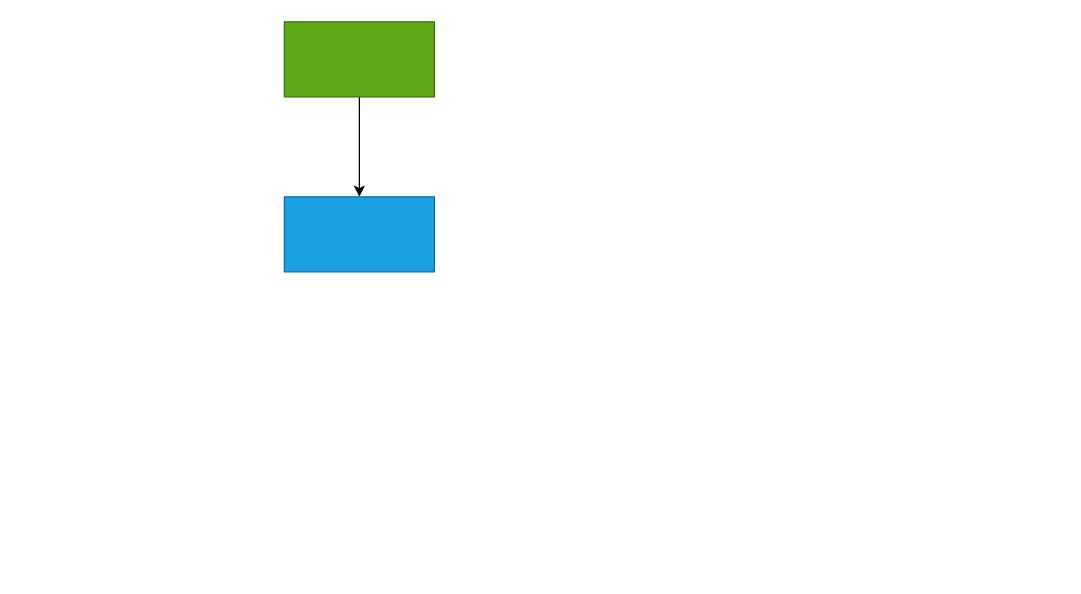
The draw.io diagram backend.drawio in ayushkumar605575/BackEnd_bottmac, before the edit. Source tidied: cells renumbered, new cells numbered last; positions are measured from the earlier drawing's top-left corner, leaving out a move shared by most shapes. Both pictures are drawn from the tidied source at 125%, with x=0, y=0 at pixel (284, 21).
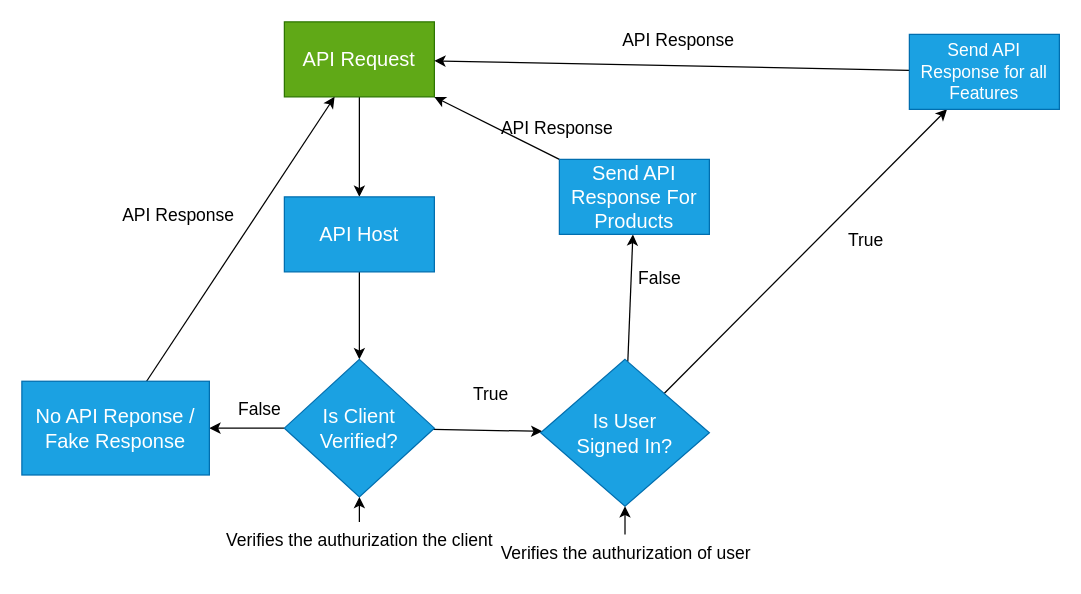
After the change.

The edit, as a diff of the source:
```diff
@@
-    <mxCell id="3" style="rounded=0;whiteSpace=wrap;html=1;fillColor=#60a917;fontColor=#ffffff;strokeColor=#2D7600;" parent="1" vertex="1">
+    <mxCell id="3" value="&lt;font size=&quot;3&quot;&gt;API Request&lt;/font&gt;" style="rounded=0;whiteSpace=wrap;html=1;fillColor=#60a917;fontColor=#ffffff;strokeColor=#2D7600;" parent="1" vertex="1">
       <mxGeometry width="120" height="60" as="geometry" />
     </mxCell>
+    <mxCell id="5" style="edgeStyle=none;html=1;fontSize=14;" parent="1" edge="1" source="4" target="8">
+      <mxGeometry relative="1" as="geometry" />
+    </mxCell>
-    <mxCell id="4" style="whiteSpace=wrap;html=1;rounded=0;fillColor=#1ba1e2;fontColor=#ffffff;strokeColor=#006EAF;" parent="1" vertex="1">
+    <mxCell id="4" value="&lt;font size=&quot;3&quot;&gt;API Host&lt;br&gt;&lt;/font&gt;" style="whiteSpace=wrap;html=1;rounded=0;fillColor=#1ba1e2;fontColor=#ffffff;strokeColor=#006EAF;" parent="1" vertex="1">
       <mxGeometry y="140" width="120" height="60" as="geometry" />
     </mxCell>
+    <mxCell id="6" style="edgeStyle=none;html=1;fontSize=14;" parent="1" edge="1" source="8" target="10">
+      <mxGeometry relative="1" as="geometry" />
+    </mxCell>
+    <mxCell id="7" style="edgeStyle=none;html=1;fontSize=14;" parent="1" edge="1" source="8" target="14">
+      <mxGeometry relative="1" as="geometry" />
+    </mxCell>
+    <mxCell id="8" value="&lt;font size=&quot;3&quot;&gt;Is Client Verified?&lt;/font&gt;" style="rhombus;whiteSpace=wrap;html=1;fillColor=#1ba1e2;strokeColor=#006EAF;fontColor=#ffffff;rounded=0;" parent="1" vertex="1">
+      <mxGeometry y="270" width="120" height="110" as="geometry" />
+    </mxCell>
+    <mxCell id="9" style="edgeStyle=none;html=1;fontSize=14;" parent="1" edge="1" source="10" target="3">
+      <mxGeometry relative="1" as="geometry" />
+    </mxCell>
+    <mxCell id="10" value="&lt;font size=&quot;3&quot;&gt;No API Reponse /&lt;br&gt;Fake Response&lt;br&gt;&lt;/font&gt;" style="whiteSpace=wrap;html=1;fillColor=#1ba1e2;strokeColor=#006EAF;fontColor=#ffffff;rounded=0;" parent="1" vertex="1">
+      <mxGeometry x="-210" y="287.5" width="150" height="75" as="geometry" />
+    </mxCell>
+    <mxCell id="11" value="True" style="text;html=1;align=center;verticalAlign=middle;strokeColor=none;fillColor=none;fontSize=14;" parent="1" vertex="1">
+      <mxGeometry x="140" y="282.5" width="50" height="30" as="geometry" />
+    </mxCell>
+    <mxCell id="12" style="edgeStyle=none;html=1;fontSize=14;" parent="1" edge="1" source="14" target="17">
+      <mxGeometry relative="1" as="geometry" />
+    </mxCell>
+    <mxCell id="13" style="edgeStyle=none;html=1;fontSize=14;" parent="1" edge="1" source="14" target="21">
+      <mxGeometry relative="1" as="geometry" />
+    </mxCell>
+    <mxCell id="14" value="&lt;font size=&quot;3&quot;&gt;Is User &lt;br&gt;Signed In?&lt;br&gt;&lt;/font&gt;" style="rhombus;whiteSpace=wrap;html=1;fontSize=14;fillColor=#1ba1e2;fontColor=#ffffff;strokeColor=#006EAF;" parent="1" vertex="1">
+      <mxGeometry x="205" y="270" width="135" height="117.5" as="geometry" />
+    </mxCell>
+    <mxCell id="15" value="False" style="text;html=1;align=center;verticalAlign=middle;strokeColor=none;fillColor=none;fontSize=14;" parent="1" vertex="1">
+      <mxGeometry x="-50" y="295" width="60" height="30" as="geometry" />
+    </mxCell>
+    <mxCell id="16" style="edgeStyle=none;html=1;fontSize=14;" parent="1" edge="1" source="17" target="3">
+      <mxGeometry relative="1" as="geometry" />
+    </mxCell>
+    <mxCell id="17" value="Send API Response for all&lt;br&gt;Features" style="whiteSpace=wrap;html=1;fontSize=14;fillColor=#1ba1e2;strokeColor=#006EAF;fontColor=#ffffff;" parent="1" vertex="1">
+      <mxGeometry x="500" y="10" width="120" height="60" as="geometry" />
+    </mxCell>
+    <mxCell id="18" value="API Response" style="text;html=1;align=center;verticalAlign=middle;strokeColor=none;fillColor=none;fontSize=14;" parent="1" vertex="1">
+      <mxGeometry x="260" width="110" height="30" as="geometry" />
+    </mxCell>
+    <mxCell id="19" value="True" style="text;html=1;align=center;verticalAlign=middle;strokeColor=none;fillColor=none;fontSize=14;" parent="1" vertex="1">
+      <mxGeometry x="440" y="160" width="50" height="30" as="geometry" />
+    </mxCell>
+    <mxCell id="20" style="edgeStyle=none;html=1;entryX=1;entryY=1;entryDx=0;entryDy=0;fontSize=14;" parent="1" edge="1" source="21" target="3">
+      <mxGeometry relative="1" as="geometry" />
+    </mxCell>
+    <mxCell id="21" value="&lt;span style=&quot;font-size: medium;&quot;&gt;Send API Response For Products&lt;/span&gt;" style="whiteSpace=wrap;html=1;fontSize=14;fillColor=#1ba1e2;strokeColor=#006EAF;fontColor=#ffffff;" parent="1" vertex="1">
+      <mxGeometry x="220" y="110" width="120" height="60" as="geometry" />
+    </mxCell>
+    <mxCell id="22" value="False" style="text;html=1;align=center;verticalAlign=middle;strokeColor=none;fillColor=none;fontSize=14;" parent="1" vertex="1">
+      <mxGeometry x="270" y="190" width="60" height="30" as="geometry" />
+    </mxCell>
+    <mxCell id="23" value="API Response" style="text;html=1;align=center;verticalAlign=middle;strokeColor=none;fillColor=none;fontSize=14;" parent="1" vertex="1">
+      <mxGeometry x="-140" y="140" width="110" height="30" as="geometry" />
+    </mxCell>
+    <mxCell id="24" value="API Response" style="text;html=1;align=center;verticalAlign=middle;strokeColor=none;fillColor=none;fontSize=14;" parent="1" vertex="1">
+      <mxGeometry x="162.5" y="70" width="110" height="30" as="geometry" />
+    </mxCell>
+    <mxCell id="25" style="edgeStyle=none;html=1;entryX=0.5;entryY=1;entryDx=0;entryDy=0;fontSize=14;" parent="1" edge="1" source="26" target="14">
+      <mxGeometry relative="1" as="geometry" />
+    </mxCell>
+    <mxCell id="26" value="&lt;font style=&quot;font-size: 14px;&quot;&gt;Verifies the authurization of user&lt;/font&gt;" style="text;html=1;align=center;verticalAlign=middle;points=[];strokeColor=none;fillColor=none;fontSize=14;" parent="1" vertex="1">
+      <mxGeometry x="162.5" y="410" width="220" height="30" as="geometry" />
+    </mxCell>
+    <mxCell id="27" style="edgeStyle=none;html=1;entryX=0.5;entryY=1;entryDx=0;entryDy=0;fontSize=14;" parent="1" edge="1" source="28" target="8">
+      <mxGeometry relative="1" as="geometry" />
+    </mxCell>
+    <mxCell id="28" value="Verifies the authurization the client" style="text;html=1;align=center;verticalAlign=middle;points=[];strokeColor=none;fillColor=none;fontSize=14;" parent="1" vertex="1">
+      <mxGeometry x="-60" y="400" width="240" height="30" as="geometry" />
+    </mxCell>
```
